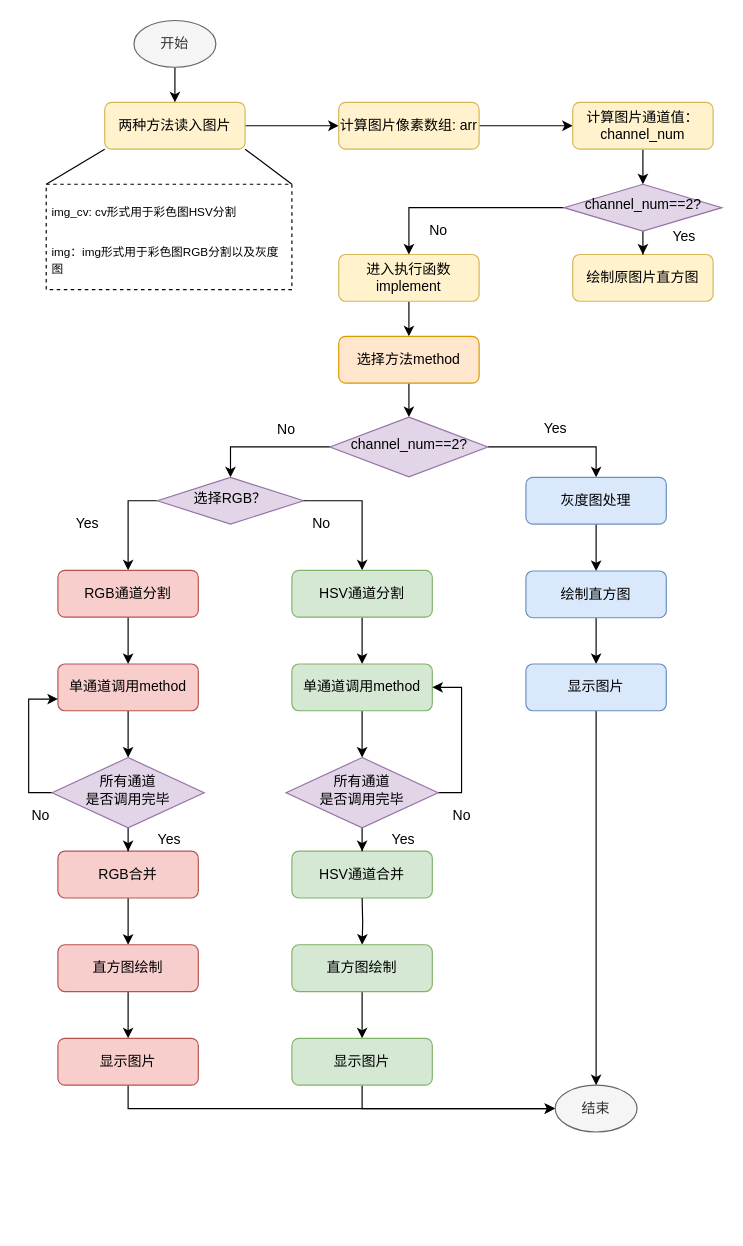
Above: Untitled Diagram.drawio in limengzhu3211/Hadoop (draw.io), before the change. Source tidied: cells renumbered, new cells numbered last; positions are measured from the earlier drawing's top-left corner, leaving out a move shared by most shapes. Both pictures are drawn from the tidied source at 117%, with x=0, y=0 at pixel (22, 20).
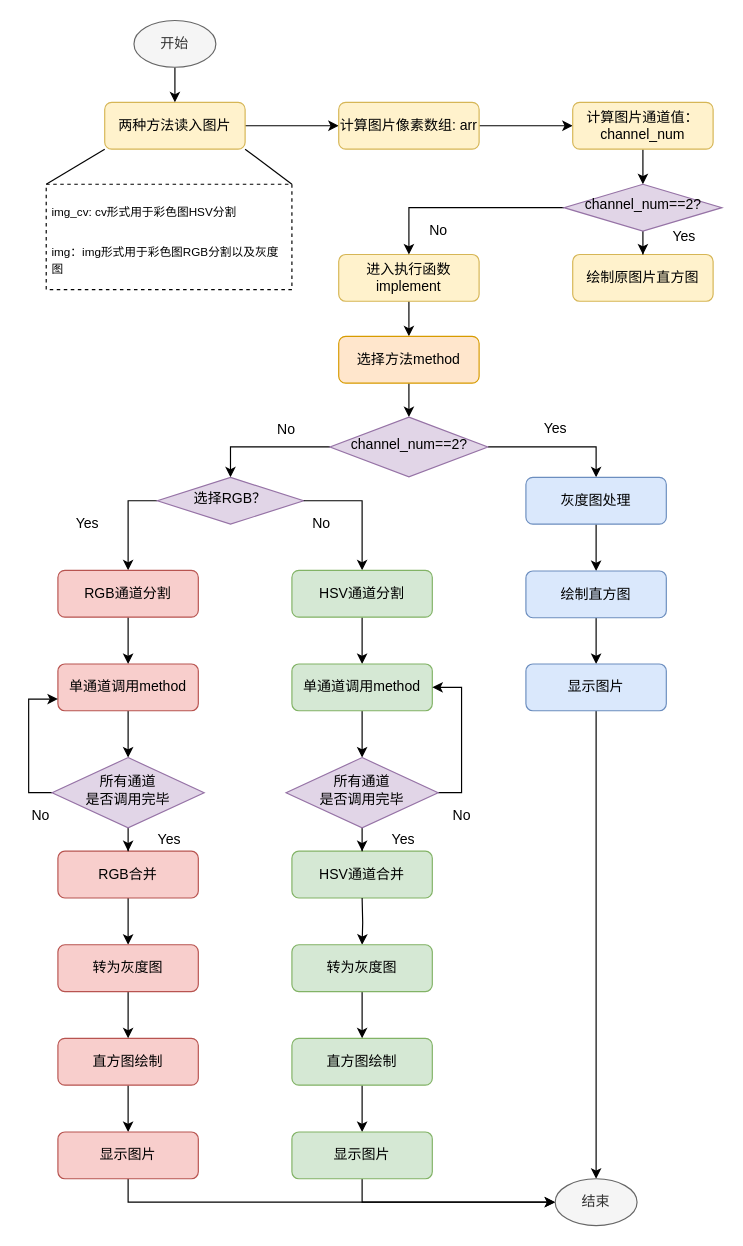
The same page after the edit.

The change refers to these unchanged cells:
```xml
<mxCell id="40" value="RGB合并" style="rounded=1;whiteSpace=wrap;html=1;fontSize=12;glass=0;strokeWidth=1;shadow=0;fillColor=#f8cecc;strokeColor=#b85450;" parent="1" vertex="1">
  <mxGeometry x="30" y="710" width="120" height="40" as="geometry" />
</mxCell>
```

Change to the diagram source:
```diff
@@
-    <mxCell id="39" style="edgeStyle=orthogonalEdgeStyle;rounded=0;jettySize=auto;html=1;" parent="1" edge="1" source="40" target="60">
+    <mxCell id="39" style="edgeStyle=orthogonalEdgeStyle;rounded=0;jettySize=auto;html=1;" parent="1" edge="1" source="40" target="71">
       <mxGeometry relative="1" as="geometry" />
     </mxCell>
@@
     <mxCell id="60" value="直方图绘制" style="rounded=1;whiteSpace=wrap;html=1;fontSize=12;glass=0;strokeWidth=1;shadow=0;fillColor=#f8cecc;strokeColor=#b85450;" parent="1" vertex="1">
-      <mxGeometry x="30" y="790" width="120" height="40" as="geometry" />
+      <mxGeometry x="30" y="870" width="120" height="40" as="geometry" />
     </mxCell>
@@
     <mxCell id="62" value="显示图片" style="rounded=1;whiteSpace=wrap;html=1;fontSize=12;glass=0;strokeWidth=1;shadow=0;fillColor=#f8cecc;strokeColor=#b85450;" parent="1" vertex="1">
-      <mxGeometry x="30" y="870" width="120" height="40" as="geometry" />
+      <mxGeometry x="30" y="950" width="120" height="40" as="geometry" />
     </mxCell>
-    <mxCell id="63" style="edgeStyle=orthogonalEdgeStyle;rounded=0;jettySize=auto;html=1;" parent="1" edge="1" target="65">
+    <mxCell id="63" style="edgeStyle=orthogonalEdgeStyle;rounded=0;jettySize=auto;html=1;entryX=0.5;entryY=0;entryDx=0;entryDy=0;" parent="1" edge="1" target="73">
       <mxGeometry relative="1" as="geometry">
         <mxPoint x="290" y="750" as="sourcePoint" />
       </mxGeometry>
     </mxCell>
@@
     <mxCell id="65" value="直方图绘制" style="rounded=1;whiteSpace=wrap;html=1;fontSize=12;glass=0;strokeWidth=1;shadow=0;fillColor=#d5e8d4;strokeColor=#82b366;" parent="1" vertex="1">
-      <mxGeometry x="230" y="790" width="120" height="40" as="geometry" />
+      <mxGeometry x="230" y="870" width="120" height="40" as="geometry" />
     </mxCell>
@@
     <mxCell id="67" value="显示图片" style="rounded=1;whiteSpace=wrap;html=1;fontSize=12;glass=0;strokeWidth=1;shadow=0;fillColor=#d5e8d4;strokeColor=#82b366;" parent="1" vertex="1">
-      <mxGeometry x="230" y="870" width="120" height="40" as="geometry" />
+      <mxGeometry x="230" y="950" width="120" height="40" as="geometry" />
     </mxCell>
     <mxCell id="68" value="结束" style="ellipse;whiteSpace=wrap;html=1;fillColor=#f5f5f5;strokeColor=#666666;fontColor=#333333;" parent="1" vertex="1">
-      <mxGeometry x="455" y="910" width="70" height="40" as="geometry" />
+      <mxGeometry x="455" y="990" width="70" height="40" as="geometry" />
     </mxCell>
@@
+    <mxCell id="70" style="edgeStyle=orthogonalEdgeStyle;rounded=0;jettySize=auto;html=1;exitX=0.5;exitY=1;exitDx=0;exitDy=0;entryX=0.5;entryY=0;entryDx=0;entryDy=0;" parent="1" edge="1" source="71" target="60">
+      <mxGeometry relative="1" as="geometry" />
+    </mxCell>
+    <mxCell id="71" value="转为灰度图" style="rounded=1;whiteSpace=wrap;html=1;fontSize=12;glass=0;strokeWidth=1;shadow=0;fillColor=#f8cecc;strokeColor=#b85450;" parent="1" vertex="1">
+      <mxGeometry x="30" y="790" width="120" height="40" as="geometry" />
+    </mxCell>
+    <mxCell id="72" style="edgeStyle=orthogonalEdgeStyle;rounded=0;jettySize=auto;html=1;exitX=0.5;exitY=1;exitDx=0;exitDy=0;entryX=0.5;entryY=0;entryDx=0;entryDy=0;" parent="1" edge="1" source="73" target="65">
+      <mxGeometry relative="1" as="geometry" />
+    </mxCell>
+    <mxCell id="73" value="转为灰度图" style="rounded=1;whiteSpace=wrap;html=1;fontSize=12;glass=0;strokeWidth=1;shadow=0;fillColor=#d5e8d4;strokeColor=#82b366;" parent="1" vertex="1">
+      <mxGeometry x="230" y="790" width="120" height="40" as="geometry" />
+    </mxCell>
```
